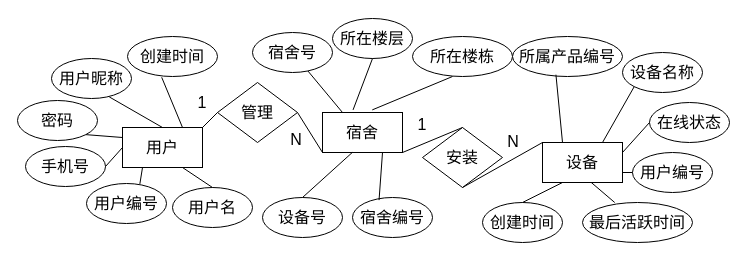
Before: 用户-宿舍-设备.drawio in zhangruyi3906/img, a draw.io diagram. Source tidied: cells renumbered, new cells numbered last; positions are measured from the earlier drawing's top-left corner, leaving out a move shared by most shapes. Both pictures are drawn from the tidied source at 100%, with x=0, y=0 at pixel (17, 18).
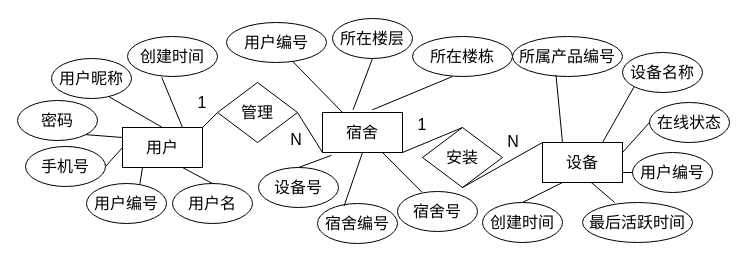
The same diagram, later.

Commit message (it also covers changes not shown here):
更新用户-宿舍-设备.drawio

The change refers to these unchanged cells:
```xml
<mxCell id="2" value="&lt;font style=&quot;font-size: 16px;&quot;&gt;宿舍&lt;/font&gt;" style="rounded=0;whiteSpace=wrap;html=1;" parent="1" vertex="1">
  <mxGeometry x="305" y="94" width="80" height="40" as="geometry" />
</mxCell>
```

Change to the diagram source:
```diff
@@
-    <mxCell id="19" value="&lt;p class=&quot;MsoNormal&quot;&gt;&lt;font face=&quot;Helvetica&quot; style=&quot;font-size: 16px;&quot;&gt;宿舍号&lt;/font&gt;&lt;/p&gt;" style="ellipse;whiteSpace=wrap;html=1;" parent="1" vertex="1">
-      <mxGeometry x="235" y="14" width="80" height="40" as="geometry" />
-    </mxCell>
@@
     <mxCell id="21" value="&lt;p class=&quot;MsoNormal&quot;&gt;&lt;font face=&quot;Helvetica&quot; style=&quot;font-size: 16px;&quot;&gt;设备号&lt;/font&gt;&lt;/p&gt;" style="ellipse;whiteSpace=wrap;html=1;" parent="1" vertex="1">
-      <mxGeometry x="245" y="179" width="80" height="40" as="geometry" />
+      <mxGeometry x="241" y="149" width="80" height="40" as="geometry" />
     </mxCell>
@@
     <mxCell id="23" value="&lt;p class=&quot;MsoNormal&quot;&gt;&lt;span style=&quot;font-size: 16px;&quot;&gt;宿舍编号&lt;/span&gt;&lt;/p&gt;" style="ellipse;whiteSpace=wrap;html=1;" parent="1" vertex="1">
-      <mxGeometry x="335" y="179" width="80" height="40" as="geometry" />
+      <mxGeometry x="300" y="185" width="80" height="40" as="geometry" />
     </mxCell>
-    <mxCell id="24" style="endArrow=none;html=1;rounded=0;exitX=0.5;exitY=0;exitDx=0;exitDy=0;entryX=0.372;entryY=1;entryDx=0;entryDy=0;entryPerimeter=0;" parent="1" edge="1" source="21" target="2">
+    <mxCell id="24" style="endArrow=none;html=1;rounded=0;exitX=0.5;exitY=0;exitDx=0;exitDy=0;entryX=0.112;entryY=1.07;entryDx=0;entryDy=0;entryPerimeter=0;" parent="1" edge="1" source="21" target="2">
       <mxGeometry relative="1" as="geometry" />
     </mxCell>
-    <mxCell id="25" style="endArrow=none;html=1;rounded=0;entryX=0.25;entryY=0;entryDx=0;entryDy=0;" parent="1" edge="1" source="19" target="2">
+    <mxCell id="25" style="endArrow=none;html=1;rounded=0;entryX=0.25;entryY=0;entryDx=0;entryDy=0;exitX=0.642;exitY=0.92;exitDx=0;exitDy=0;exitPerimeter=0;" parent="1" edge="1" source="50" target="2">
       <mxGeometry relative="1" as="geometry" />
     </mxCell>
@@
-    <mxCell id="28" style="endArrow=none;html=1;rounded=0;exitX=0.332;exitY=0.065;exitDx=0;exitDy=0;exitPerimeter=0;" parent="1" edge="1" source="23">
-      <mxGeometry relative="1" as="geometry">
-        <mxPoint x="365" y="134" as="targetPoint" />
-      </mxGeometry>
+    <mxCell id="28" style="endArrow=none;html=1;rounded=0;exitX=0.332;exitY=0.065;exitDx=0;exitDy=0;exitPerimeter=0;entryX=0.5;entryY=1;entryDx=0;entryDy=0;" parent="1" edge="1" source="23" target="2">
+      <mxGeometry relative="1" as="geometry" />
     </mxCell>
@@
     <mxCell id="35" value="&lt;p class=&quot;MsoNormal&quot;&gt;&lt;font face=&quot;Helvetica&quot; style=&quot;font-size: 16px;&quot;&gt;用户名&lt;/font&gt;&lt;/p&gt;" style="ellipse;whiteSpace=wrap;html=1;" parent="1" vertex="1">
-      <mxGeometry x="155" y="169" width="80" height="40" as="geometry" />
+      <mxGeometry x="155" y="165" width="80" height="40" as="geometry" />
     </mxCell>
@@
+    <mxCell id="50" value="&lt;p class=&quot;MsoNormal&quot;&gt;&lt;span style=&quot;font-size: 16px;&quot;&gt;用户编号&lt;/span&gt;&lt;/p&gt;" style="ellipse;whiteSpace=wrap;html=1;" parent="1" vertex="1">
+      <mxGeometry x="209" y="4" width="100" height="40" as="geometry" />
+    </mxCell>
+    <mxCell id="19" value="&lt;p class=&quot;MsoNormal&quot;&gt;&lt;font face=&quot;Helvetica&quot; style=&quot;font-size: 16px;&quot;&gt;宿舍号&lt;/font&gt;&lt;/p&gt;" style="ellipse;whiteSpace=wrap;html=1;" parent="1" vertex="1">
+      <mxGeometry x="380" y="173" width="80" height="40" as="geometry" />
+    </mxCell>
+    <mxCell id="51" style="endArrow=none;html=1;rounded=0;exitX=0.305;exitY=0.015;exitDx=0;exitDy=0;exitPerimeter=0;entryX=0.75;entryY=1;entryDx=0;entryDy=0;" parent="1" edge="1" source="19" target="2">
+      <mxGeometry relative="1" as="geometry" />
+    </mxCell>
```
